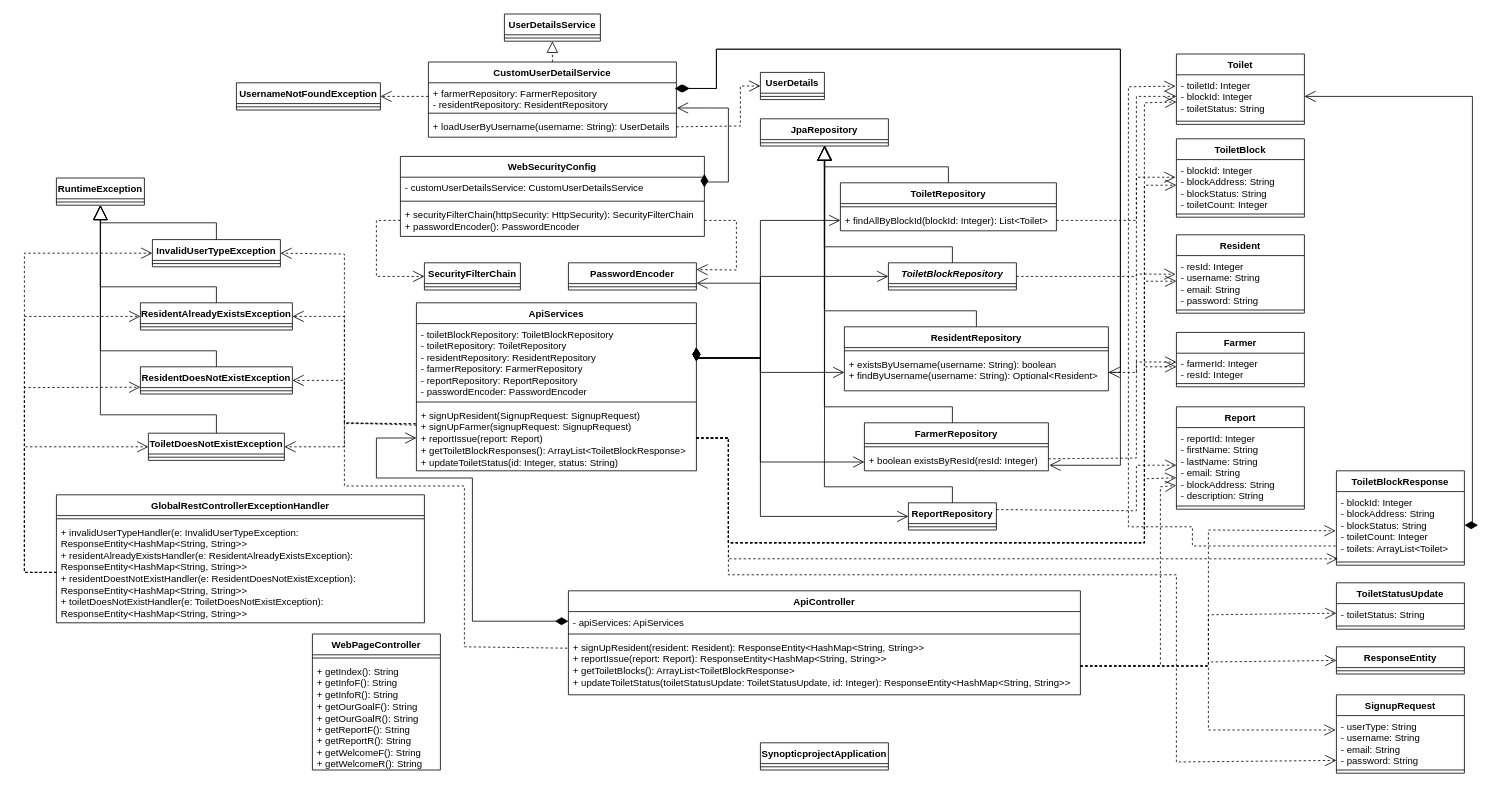
The draw.io diagram doc/uml/class-diagram.drawio in mcttn22/cmp-synoptic-project, before the edit. Source tidied: cells renumbered, new cells numbered last; positions are measured from the earlier drawing's top-left corner, leaving out a move shared by most shapes. Both pictures are drawn from the tidied source at 80%, with x=0, y=0 at pixel (24, 14).
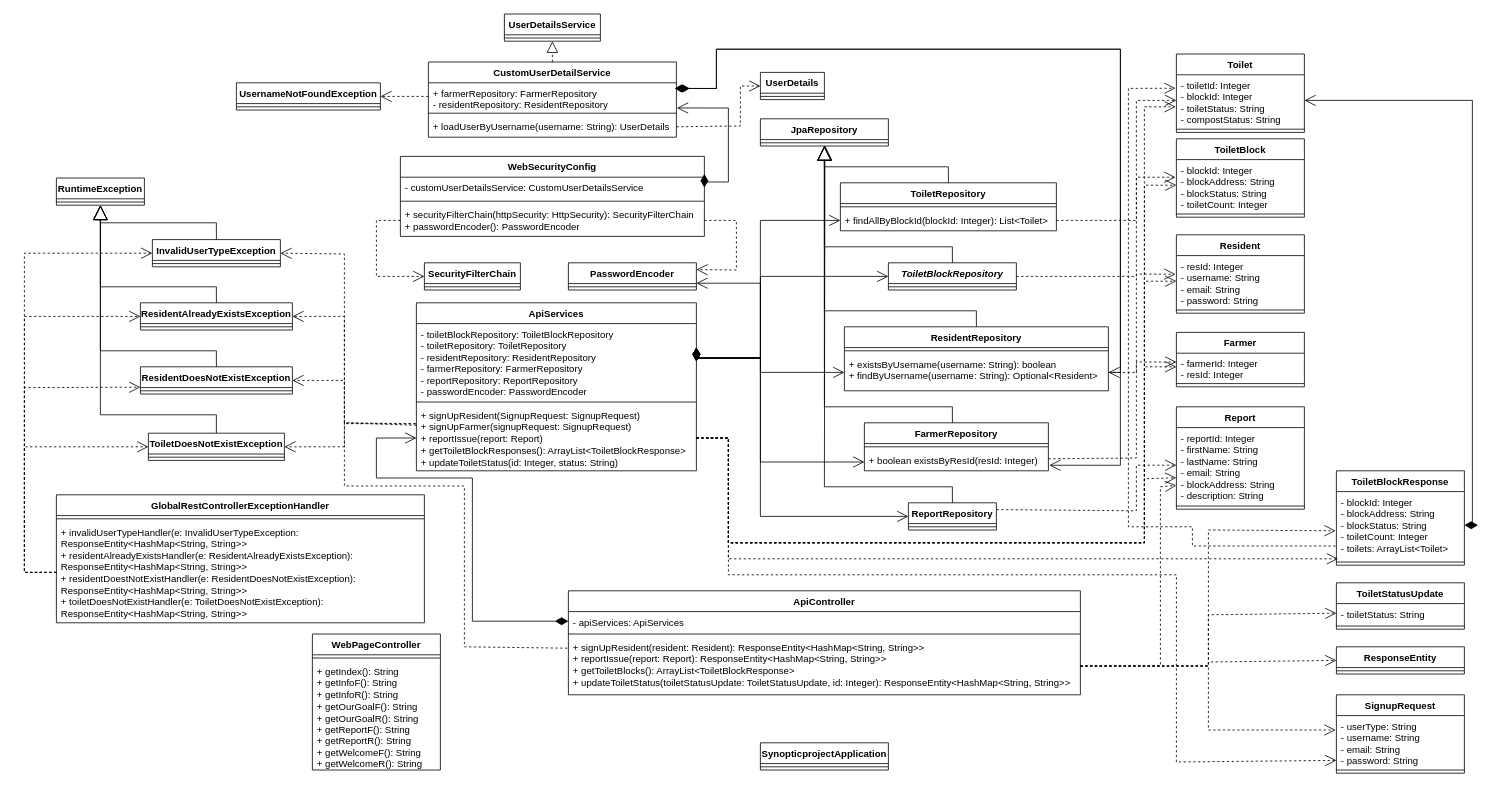
The same diagram, later.

Unchanged cells that the change refers to:
```xml
<mxCell id="40" value="&lt;div&gt;+ signUpResident(SignupRequest: SignupRequest)&lt;/div&gt;&lt;div&gt;+ signUpFarmer(signupRequest: SignupRequest)&lt;/div&gt;&lt;div&gt;+ reportIssue(report: Report)&lt;/div&gt;&lt;div&gt;+ getToiletBlockResponses(): ArrayList&amp;lt;ToiletBlockResponse&amp;gt;&lt;/div&gt;&lt;div&gt;+ updateToiletStatus(id: Integer, status: String)&lt;/div&gt;" style="text;strokeColor=none;fillColor=none;align=left;verticalAlign=top;spacingLeft=4;spacingRight=4;overflow=hidden;points=[[0,0.5],[1,0.5]];portConstraint=eastwest;whiteSpace=wrap;html=1;" parent="37" vertex="1">
  <mxGeometry y="128" width="350" height="82" as="geometry" />
</mxCell>
<mxCell id="43" value="+ findAllByBlockId(blockId: Integer): List&amp;lt;Toilet&amp;gt;" style="text;strokeColor=none;fillColor=none;align=left;verticalAlign=top;spacingLeft=4;spacingRight=4;overflow=hidden;points=[[0,0.5],[1,0.5]];portConstraint=eastwest;whiteSpace=wrap;html=1;" parent="41" vertex="1">
  <mxGeometry y="34" width="270" height="26" as="geometry" />
</mxCell>
```

The edit, as a diff of the source:
```diff
@@
     <mxCell id="11" value="Toilet" style="swimlane;fontStyle=1;align=center;verticalAlign=top;horizontal=1;startSize=26;whiteSpace=wrap;html=1;" parent="1" vertex="1">
-      <mxGeometry x="1440" y="50" width="160" height="88" as="geometry" />
+      <mxGeometry x="1440" y="50" width="160" height="98" as="geometry" />
     </mxCell>
-    <mxCell id="12" value="&lt;div&gt;- toiletId: Integer&lt;/div&gt;&lt;div&gt;- blockId: Integer&lt;/div&gt;&lt;div&gt;- toiletStatus: String&lt;/div&gt;" style="text;strokeColor=none;fillColor=none;align=left;verticalAlign=top;spacingLeft=4;spacingRight=4;overflow=hidden;points=[[0,0.5],[1,0.5]];portConstraint=eastwest;whiteSpace=wrap;html=1;" parent="11" vertex="1">
-      <mxGeometry y="26" width="160" height="54" as="geometry" />
+    <mxCell id="12" value="&lt;div&gt;- toiletId: Integer&lt;/div&gt;&lt;div&gt;- blockId: Integer&lt;/div&gt;&lt;div&gt;- toiletStatus: String&lt;/div&gt;&lt;div&gt;- compostStatus: String&lt;/div&gt;" style="text;strokeColor=none;fillColor=none;align=left;verticalAlign=top;spacingLeft=4;spacingRight=4;overflow=hidden;points=[[0,0.5],[1,0.5]];portConstraint=eastwest;whiteSpace=wrap;html=1;" parent="11" vertex="1">
+      <mxGeometry y="26" width="160" height="64" as="geometry" />
     </mxCell>
     <mxCell id="13" style="line;strokeWidth=1;fillColor=none;align=left;verticalAlign=middle;spacingTop=-1;spacingLeft=3;spacingRight=3;labelPosition=right;strokeColor=inherit;" parent="11" vertex="1">
-      <mxGeometry y="80" width="160" height="8" as="geometry" />
+      <mxGeometry y="90" width="160" height="8" as="geometry" />
     </mxCell>
@@
     <mxCell id="44" style="endArrow=open;endSize=12;dashed=1;html=1;rounded=0;entryX=0;entryY=0.5;entryDx=0;entryDy=0;exitX=1;exitY=0.5;exitDx=0;exitDy=0;" parent="1" edge="1" source="43" target="12">
       <mxGeometry relative="1" as="geometry">
         <Array as="points">
           <mxPoint x="1390" y="258" />
-          <mxPoint x="1390" y="103" />
+          <mxPoint x="1390" y="108" />
         </Array>
       </mxGeometry>
     </mxCell>
@@
     <mxCell id="66" style="endArrow=open;endSize=12;dashed=1;html=1;rounded=0;entryX=-0.007;entryY=0.262;entryDx=0;entryDy=0;entryPerimeter=0;" parent="1" edge="1" target="12">
       <mxGeometry relative="1" as="geometry">
         <mxPoint x="1639" y="665" as="sourcePoint" />
         <Array as="points">
           <mxPoint x="1460" y="665" />
           <mxPoint x="1460" y="641" />
           <mxPoint x="1380" y="641" />
           <mxPoint x="1380" y="451" />
-          <mxPoint x="1380" y="91" />
+          <mxPoint x="1380" y="93" />
         </Array>
       </mxGeometry>
     </mxCell>
@@
-    <mxCell id="134" style="endArrow=open;endSize=12;dashed=1;html=1;rounded=0;exitX=1;exitY=0.5;exitDx=0;exitDy=0;" parent="1" edge="1" source="40">
+    <mxCell id="134" style="endArrow=open;endSize=12;dashed=1;html=1;rounded=0;exitX=1;exitY=0.5;exitDx=0;exitDy=0;entryX=-0.005;entryY=0.625;entryDx=0;entryDy=0;entryPerimeter=0;" parent="1" edge="1" source="40" target="12">
       <mxGeometry relative="1" as="geometry">
-        <mxPoint x="1440" y="110" as="targetPoint" />
         <Array as="points">
           <mxPoint x="880" y="530" />
           <mxPoint x="880" y="661" />
           <mxPoint x="1400" y="661" />
-          <mxPoint x="1400" y="111" />
+          <mxPoint x="1400" y="116" />
         </Array>
       </mxGeometry>
     </mxCell>
```
